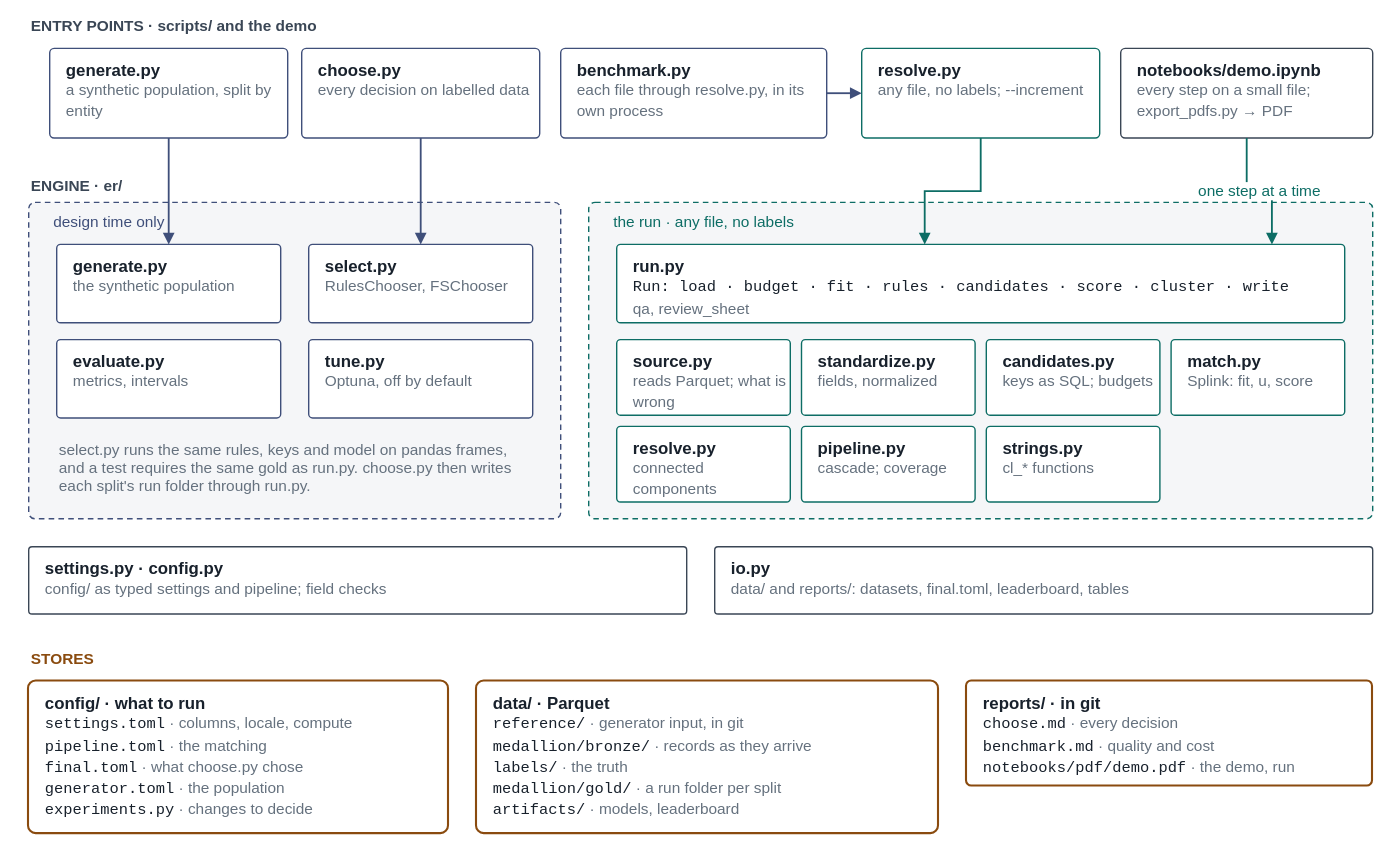
Before: docs/architecture-blocks.drawio.svg, a diagram exported from draw.io (mvsbm/entity_matching). Source tidied: cells renumbered, new cells last; positions are measured from the earlier drawing's top-left corner, leaving out a move shared by most shapes.
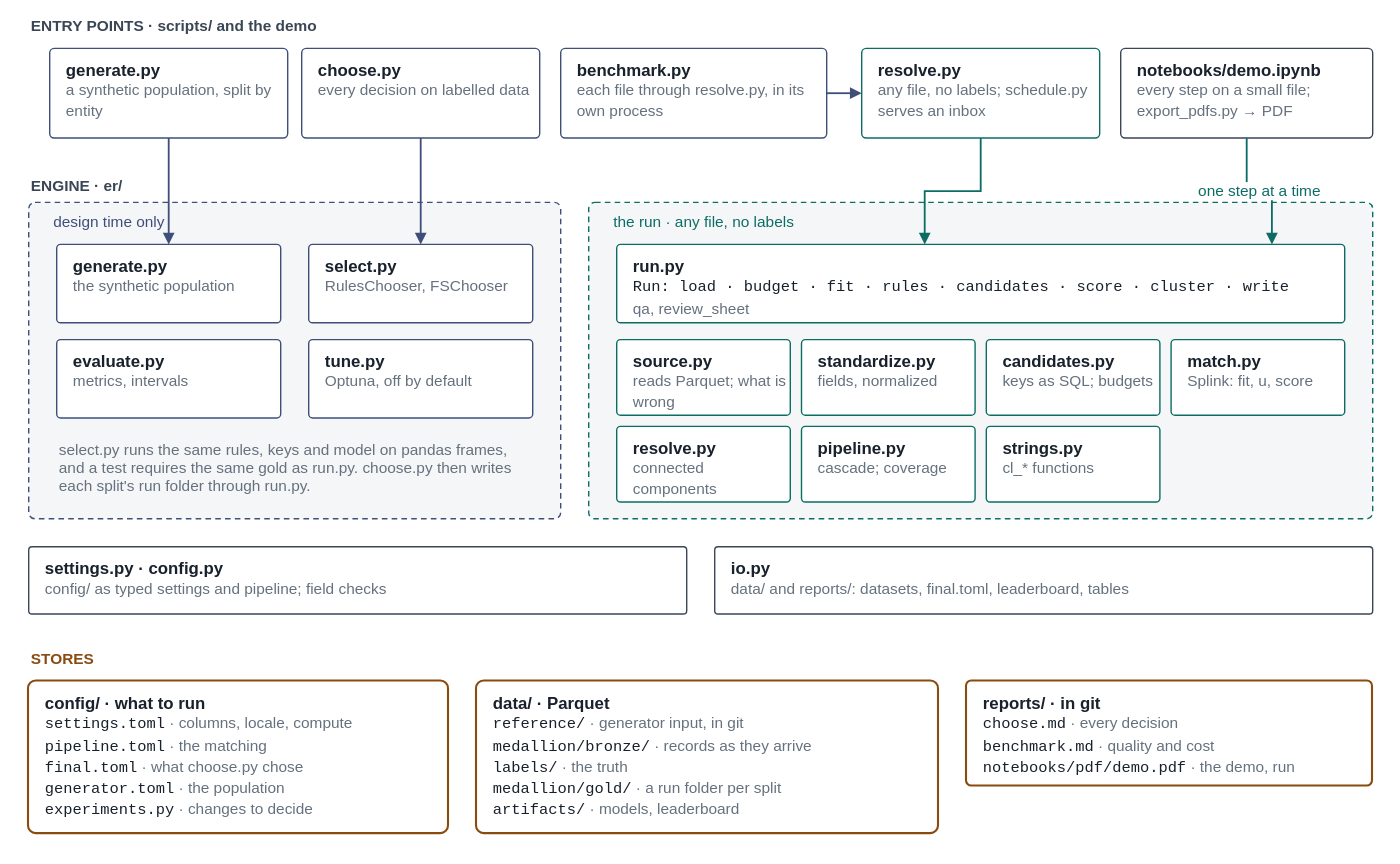
The same diagram one commit later.

What changed in the source:
```diff
@@ -14,7 +14,7 @@
     <mxCell id="5" value="&lt;b&gt;benchmark.py&lt;/b&gt;&lt;br&gt;&lt;font color=&quot;#65717e&quot; style=&quot;font-size:11px&quot;&gt;each file through resolve.py, in its own process&lt;/font&gt;" style="rounded=1;arcSize=5;whiteSpace=wrap;html=1;align=left;verticalAlign=top;spacingLeft=10;spacingTop=2;fontFamily=Helvetica;fontSize=12;fontColor=#18212c;fillColor=#ffffff;strokeColor=#3f4f7a;" parent="1" vertex="1">
       <mxGeometry x="380" y="26" width="190" height="64" as="geometry" />
     </mxCell>
-    <mxCell id="6" value="&lt;b&gt;resolve.py&lt;/b&gt;&lt;br&gt;&lt;font color=&quot;#65717e&quot; style=&quot;font-size:11px&quot;&gt;any file, no labels; --increment&lt;/font&gt;" style="rounded=1;arcSize=5;whiteSpace=wrap;html=1;align=left;verticalAlign=top;spacingLeft=10;spacingTop=2;fontFamily=Helvetica;fontSize=12;fontColor=#18212c;fillColor=#ffffff;strokeColor=#0d6d65;" parent="1" vertex="1">
+    <mxCell id="6" value="&lt;b&gt;resolve.py&lt;/b&gt;&lt;br&gt;&lt;font color=&quot;#65717e&quot; style=&quot;font-size:11px&quot;&gt;any file, no labels; schedule.py serves an inbox&lt;/font&gt;" style="rounded=1;arcSize=5;whiteSpace=wrap;html=1;align=left;verticalAlign=top;spacingLeft=10;spacingTop=2;fontFamily=Helvetica;fontSize=12;fontColor=#18212c;fillColor=#ffffff;strokeColor=#0d6d65;" parent="1" vertex="1">
       <mxGeometry x="595" y="26" width="170" height="64" as="geometry" />
     </mxCell>
     <mxCell id="7" value="&lt;b&gt;notebooks/demo.ipynb&lt;/b&gt;&lt;br&gt;&lt;font color=&quot;#65717e&quot; style=&quot;font-size:11px&quot;&gt;every step on a small file; export_pdfs.py → PDF&lt;/font&gt;" style="rounded=1;arcSize=5;whiteSpace=wrap;html=1;align=left;verticalAlign=top;spacingLeft=10;spacingTop=2;fontFamily=Helvetica;fontSize=12;fontColor=#18212c;fillColor=#ffffff;strokeColor=#3a4655;" parent="1" vertex="1">
```
